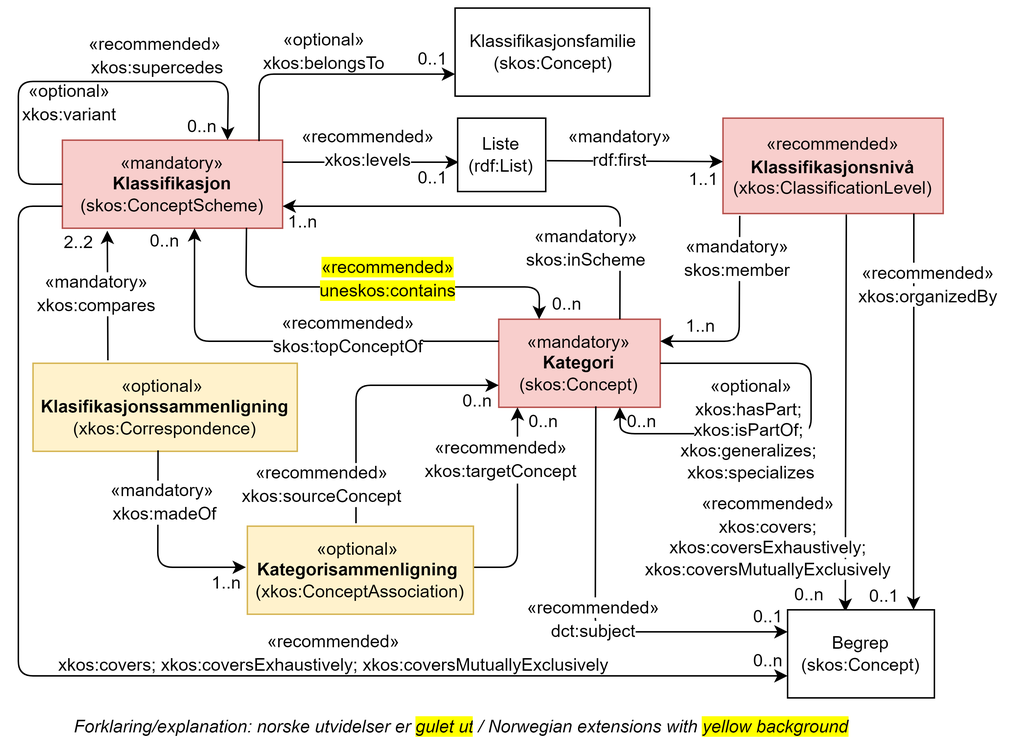
Informasjonsforvaltning/xkos-ap-no keeps this draw.io diagram as docs/images/ForenkletModell-XKOS-AP-NO.png. Above is the earlier version. Source tidied: cells renumbered, new cells last; positions are measured from the earlier drawing's top-left corner, leaving out a move shared by most shapes.
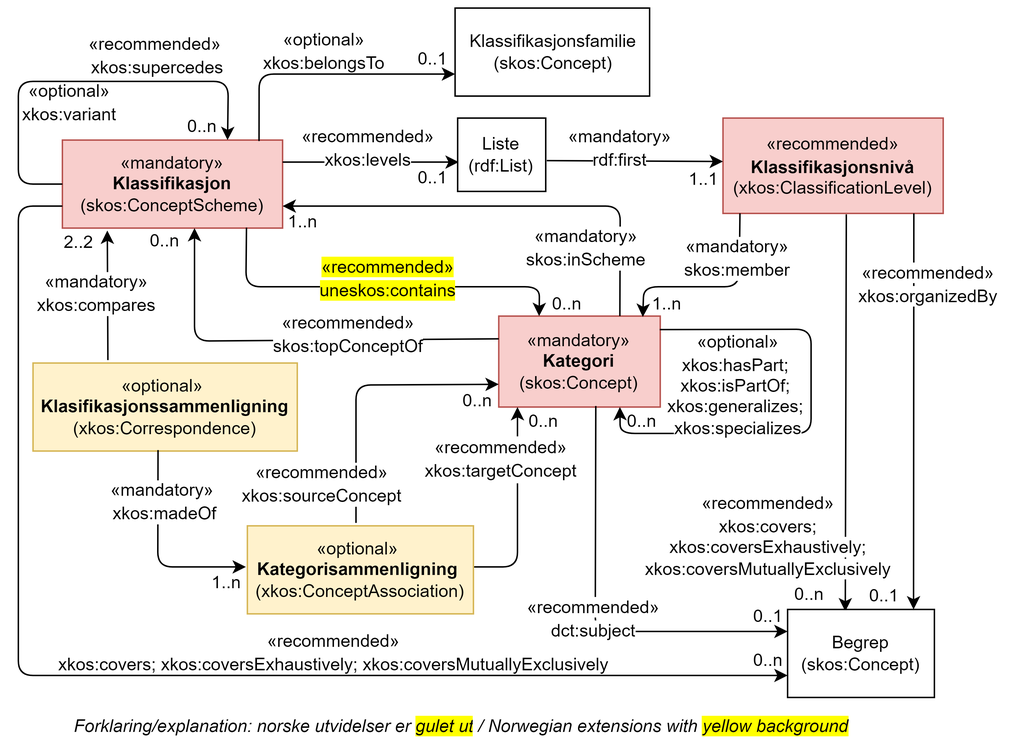
The same diagram one commit later.

Commit message:
Oppdaterer tegningene (bedre layout)

Change to the diagram source:
```diff
@@ -36,10 +36,10 @@
       <mxGeometry x="452" y="107" width="30" height="20" as="geometry" />
     </mxCell>
     <mxCell id="11" value="&lt;span style=&quot;font-size: 12px; line-height: 107%;&quot;&gt;«mandatory&lt;/span&gt;&lt;span style=&quot;font-size: 12px; line-height: 107%;&quot;&gt;»&lt;/span&gt;&lt;br style=&quot;font-size: 12px;&quot;&gt;&lt;b style=&quot;font-size: 12px;&quot;&gt;Kategori&lt;/b&gt;&lt;br style=&quot;font-size: 12px;&quot;&gt;(skos:Concept)" style="rounded=0;whiteSpace=wrap;html=1;fillColor=#f8cecc;strokeColor=#b85450;fontFamily=Helvetica;fontSize=12;" parent="1" vertex="1">
-      <mxGeometry x="327.2" y="212" width="110" height="60" as="geometry" />
+      <mxGeometry x="327.2" y="210" width="110" height="62" as="geometry" />
     </mxCell>
     <mxCell id="12" value="1..n" style="text;html=1;strokeColor=none;fillColor=none;align=center;verticalAlign=middle;whiteSpace=wrap;rounded=0;rotation=0;fontFamily=Helvetica;fontSize=12;" parent="1" vertex="1">
-      <mxGeometry x="450" y="210" width="30" height="14" as="geometry" />
+      <mxGeometry x="427.2" y="195" width="30" height="14" as="geometry" />
     </mxCell>
     <mxCell id="13" style="endArrow=classic;html=1;exitX=0.75;exitY=0;exitDx=0;exitDy=0;entryX=1;entryY=0.75;entryDx=0;entryDy=0;fontFamily=Helvetica;fontSize=12;" parent="1" edge="1" source="11" target="3">
       <mxGeometry relative="1" as="geometry">
@@ -198,10 +198,11 @@
     <mxCell id="49" value="0..1" style="text;html=1;strokeColor=none;fillColor=none;align=center;verticalAlign=middle;whiteSpace=wrap;rounded=0;fontFamily=Helvetica;fontSize=12;" parent="1" vertex="1">
       <mxGeometry x="265" y="25" width="35" height="20" as="geometry" />
     </mxCell>
-    <mxCell id="50" style="endArrow=classic;html=1;entryX=1;entryY=0.25;entryDx=0;entryDy=0;exitX=0.076;exitY=1.023;exitDx=0;exitDy=0;exitPerimeter=0;fontFamily=Helvetica;fontSize=12;" parent="1" edge="1" source="4" target="11">
+    <mxCell id="50" style="endArrow=classic;html=1;entryX=0.892;entryY=0.01;entryDx=0;entryDy=0;exitX=0.077;exitY=0.999;exitDx=0;exitDy=0;exitPerimeter=0;fontFamily=Helvetica;fontSize=12;entryPerimeter=0;" parent="1" edge="1" source="4" target="11">
       <mxGeometry relative="1" as="geometry">
         <Array as="points">
-          <mxPoint x="491" y="227" />
+          <mxPoint x="491" y="190" />
+          <mxPoint x="426" y="190" />
         </Array>
       </mxGeometry>
     </mxCell>
@@ -239,10 +240,10 @@
     <mxCell id="59" value="&lt;span style=&quot;line-height: 12.84px&quot;&gt;«optional&lt;/span&gt;&lt;span style=&quot;line-height: 12.84px&quot;&gt;»&amp;nbsp;&lt;/span&gt;&lt;br&gt;&lt;b&gt;Kategorisammenligning&amp;nbsp;&lt;/b&gt;&lt;br&gt;(xkos:ConceptAssociation)" style="rounded=0;whiteSpace=wrap;html=1;fillColor=#fff2cc;strokeColor=#d6b656;fontFamily=Helvetica;fontSize=12;" parent="1" vertex="1">
       <mxGeometry x="156" y="353" width="154" height="60" as="geometry" />
     </mxCell>
-    <mxCell id="60" style="endArrow=classic;html=1;entryX=0.75;entryY=1;entryDx=0;entryDy=0;exitX=1;exitY=0.5;exitDx=0;exitDy=0;fontFamily=Helvetica;fontSize=12;" parent="1" edge="1" source="11" target="11">
+    <mxCell id="60" style="endArrow=classic;html=1;entryX=0.75;entryY=1;entryDx=0;entryDy=0;exitX=0.997;exitY=0.148;exitDx=0;exitDy=0;fontFamily=Helvetica;fontSize=12;exitPerimeter=0;" parent="1" edge="1" source="11" target="11">
       <mxGeometry relative="1" as="geometry">
         <Array as="points">
-          <mxPoint x="540" y="242" />
+          <mxPoint x="540" y="219" />
           <mxPoint x="540" y="290" />
           <mxPoint x="410" y="290" />
         </Array>
@@ -252,7 +253,7 @@
       <mxGeometry x="410" y="275" width="30" height="14" as="geometry" />
     </mxCell>
     <mxCell id="62" value="&lt;span style=&quot;font-size: 12px&quot;&gt;&lt;span style=&quot;background-color: rgb(255 , 255 , 255)&quot;&gt;&lt;span style=&quot;font-size: 12px ; line-height: 15.6933px&quot;&gt;«optional&lt;/span&gt;&lt;span style=&quot;font-size: 12px ; line-height: 15.6933px&quot;&gt;»&lt;br style=&quot;font-size: 12px&quot;&gt;&lt;/span&gt;xkos:hasPart;&amp;nbsp;&lt;br&gt;xkos:isPartOf;&amp;nbsp;&lt;br&gt;xkos:generalizes;&amp;nbsp;&lt;br&gt;xkos:specializes&lt;/span&gt;&lt;br&gt;&lt;/span&gt;" style="text;html=1;strokeColor=none;fillColor=none;align=center;verticalAlign=middle;whiteSpace=wrap;rounded=0;fontFamily=Helvetica;fontSize=12;" parent="1" vertex="1">
-      <mxGeometry x="457.2" y="252" width="85" height="70" as="geometry" />
+      <mxGeometry x="447.5" y="222" width="85" height="70" as="geometry" />
     </mxCell>
   </root>
 </mxGraphModel>
```
